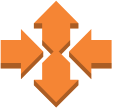
Above: docs/assets/example.drawio.svg in mbailey/notes (draw.io), before the change. Source tidied: cells renumbered, new cells last; positions are measured from the earlier drawing's top-left corner, leaving out a move shared by most shapes. Its diagram source:
```xml
<mxGraphModel>
  <root>
    <mxCell id="0" />
    <mxCell id="1" parent="0" />
    <mxCell id="2" style="dashed=0;verticalLabelPosition=bottom;verticalAlign=top;align=center;html=1;shape=mxgraph.aws3.auto_scaling;fillColor=#F58534;gradientColor=none;" parent="1" vertex="1">
      <mxGeometry width="79.5" height="76.5" as="geometry" />
    </mxCell>
  </root>
</mxGraphModel>
```
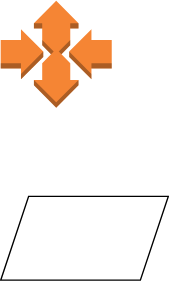
Later version of the same file.

The edit, as a diff of the source:
```diff
@@ -5,5 +5,8 @@
     <mxCell id="2" style="dashed=0;verticalLabelPosition=bottom;verticalAlign=top;align=center;html=1;shape=mxgraph.aws3.auto_scaling;fillColor=#F58534;gradientColor=none;" parent="1" vertex="1">
       <mxGeometry width="79.5" height="76.5" as="geometry" />
     </mxCell>
+    <mxCell id="3" style="shape=parallelogram;perimeter=parallelogramPerimeter;whiteSpace=wrap;html=1;fixedSize=1;" parent="1" vertex="1">
+      <mxGeometry y="140" width="120" height="60" as="geometry" />
+    </mxCell>
   </root>
 </mxGraphModel>
```
